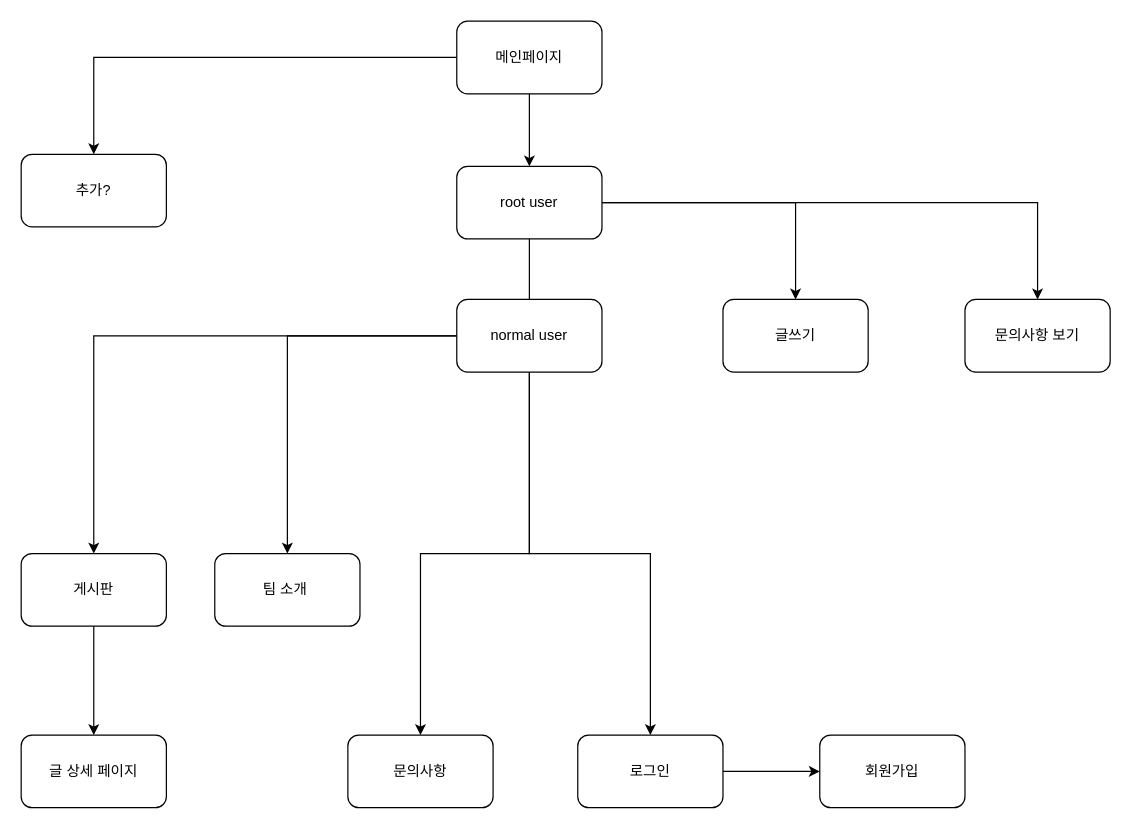
Above: Web3/팀프로젝트/PageConnection.drawio in MinhoJJang/HTML (draw.io), before the change. Source tidied: cells renumbered, new cells numbered last; positions are measured from the earlier drawing's top-left corner, leaving out a move shared by most shapes. Both pictures are drawn from the tidied source at 121%, with x=0, y=0 at pixel (21, 21).
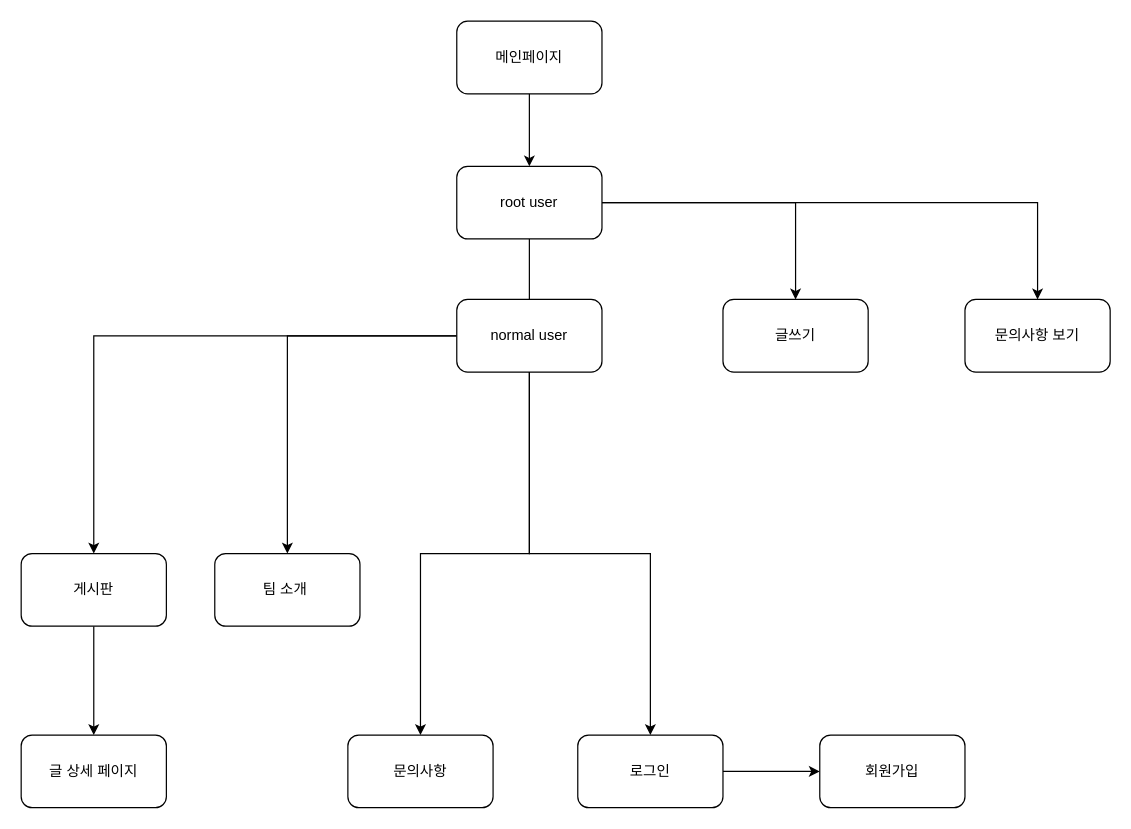
After the change.

The change refers to these unchanged cells:
```xml
<mxCell id="23" value="메인페이지" style="rounded=1;whiteSpace=wrap;html=1;" parent="1" vertex="1">
  <mxGeometry x="360" width="120" height="60" as="geometry" />
</mxCell>
```

What changed in the source:
```diff
@@
-    <mxCell id="22" style="edgeStyle=orthogonalEdgeStyle;rounded=0;jettySize=auto;html=1;" parent="1" edge="1" source="23" target="24">
-      <mxGeometry relative="1" as="geometry" />
-    </mxCell>
@@
-    <mxCell id="24" value="추가?" style="whiteSpace=wrap;html=1;rounded=1;" parent="1" vertex="1">
-      <mxGeometry y="110" width="120" height="60" as="geometry" />
-    </mxCell>
```
